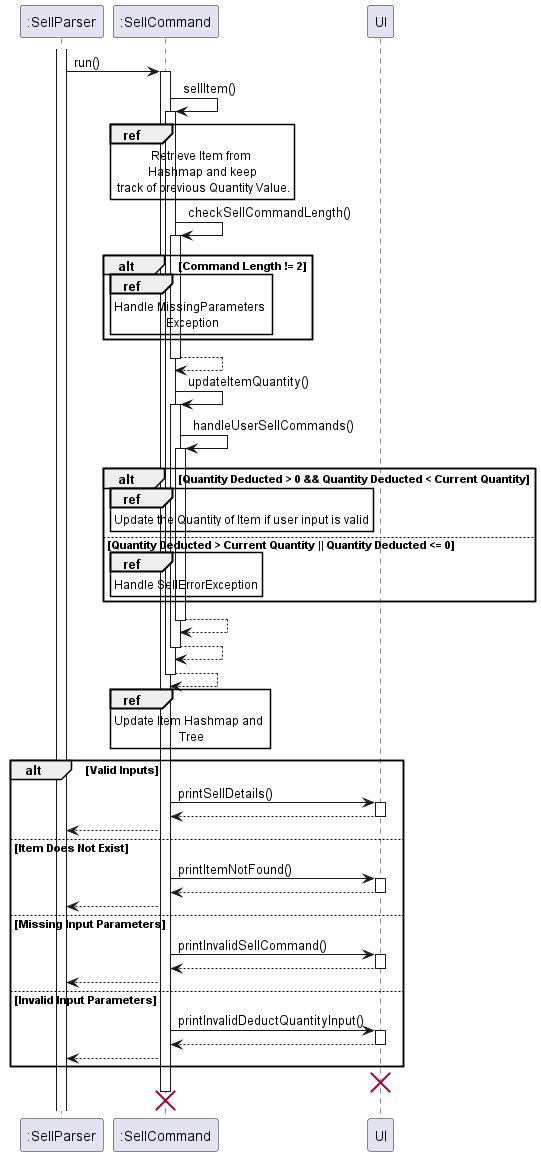
This is docs/UML/Sell/SellCommand.png from nus-cs2113-AY2223S2/tp, a PlantUML export, as it was before one commit.
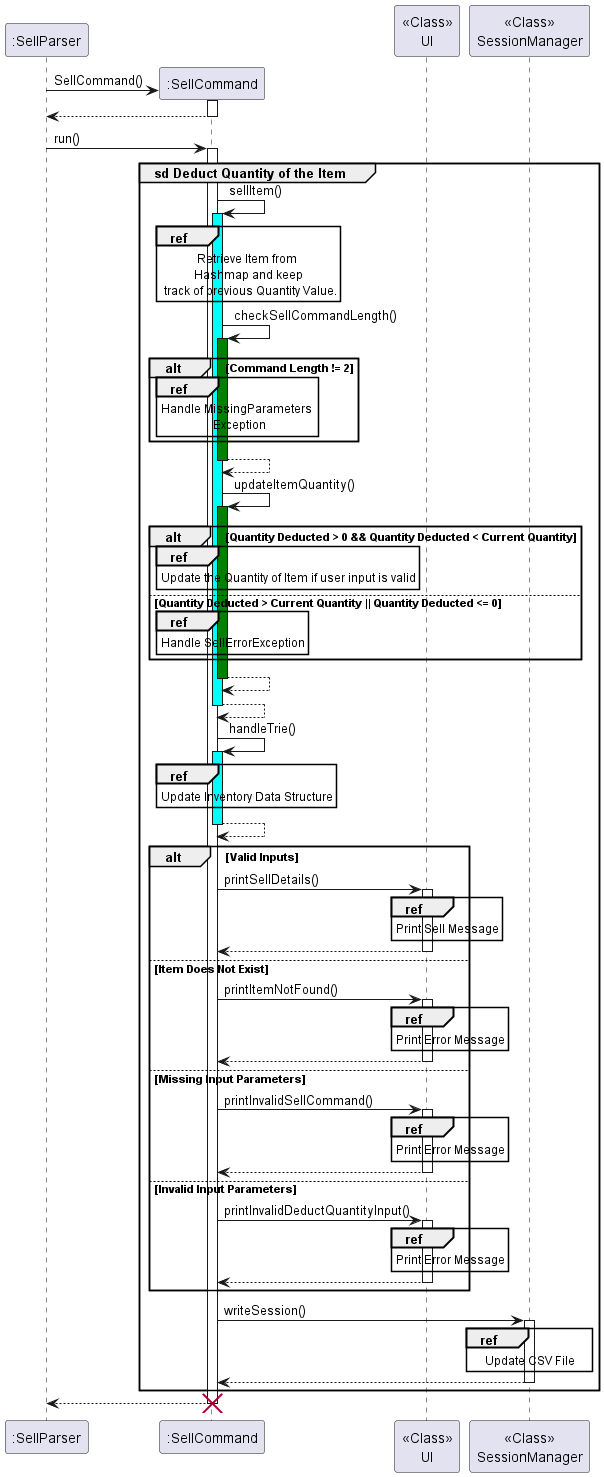
The same diagram one commit later.

The edit, as a diff of the source:
```diff
@@ -1,67 +1,80 @@
 @startuml
 
 participant ":SellParser"
-activate ":SellParser"
+":SellParser" -> ":SellCommand"**:SellCommand()
+activate ":SellCommand"
+":SellCommand" --> ":SellParser"
+deactivate ":SellCommand"
 ":SellParser" -> ":SellCommand": run()
-activate ":SellCommand"
-":SellCommand"->":SellCommand": sellItem()
-activate ":SellCommand"
-ref over ":SellCommand": Retrieve Item from \n Hashmap and keep \n track of previous Quantity Value.
-":SellCommand" -> ":SellCommand": checkSellCommandLength()
-activate ":SellCommand"
 
-alt Command Length != 2
-ref over ":SellCommand": Handle MissingParameters \n Exception
-end
+group sd Deduct Quantity of the Item
+    activate ":SellCommand"
+    ":SellCommand"->":SellCommand": sellItem()
+    activate ":SellCommand" #Cyan
+    ref over ":SellCommand": Retrieve Item from \n Hashmap and keep \n track of previous Quantity Value.
+    ":SellCommand" -> ":SellCommand": checkSellCommandLength()
+    activate ":SellCommand" #Green
+
+    alt Command Length != 2
+    ref over ":SellCommand": Handle MissingParameters \n Exception
+    end
 
 
-activate ":SellCommand"
-":SellCommand" --> ":SellCommand"
-deactivate ":SellCommand"
-":SellCommand" -> ":SellCommand": updateItemQuantity()
-activate ":SellCommand"
-":SellCommand" -> ":SellCommand": handleUserSellCommands()
-activate ":SellCommand"
-alt Quantity Deducted > 0 && Quantity Deducted < Current Quantity
-ref over ":SellCommand"
-Update the Quantity of Item if user input is valid
+    activate ":SellCommand"
+    ":SellCommand" --> ":SellCommand"
+    deactivate ":SellCommand"
+    ":SellCommand" -> ":SellCommand": updateItemQuantity()
+    activate ":SellCommand" #Green
+
+    alt Quantity Deducted > 0 && Quantity Deducted < Current Quantity
+    ref over ":SellCommand"
+    Update the Quantity of Item if user input is valid
+    end
+    else Quantity Deducted > Current Quantity || Quantity Deducted <= 0
+    ref over ":SellCommand": Handle SellErrorException
+    end
+    ":SellCommand" --> ":SellCommand"
+    deactivate ":SellCommand"
+    ":SellCommand" --> ":SellCommand"
+    deactivate ":SellCommand"
+
+    ":SellCommand"->":SellCommand": handleTrie()
+    activate ":SellCommand" #Cyan
+    ref over ":SellCommand": Update Inventory Data Structure
+    ":SellCommand"-->":SellCommand"
+    deactivate ":SellCommand"
+
+    alt Valid Inputs
+        ":SellCommand" -> "<<Class>>\nUI": printSellDetails()
+        activate "<<Class>>\nUI"
+        ref over "<<Class>>\nUI": Print Sell Message
+        "<<Class>>\nUI"-->":SellCommand"
+        deactivate "<<Class>>\nUI"
+    else Item Does Not Exist
+        ":SellCommand" -> "<<Class>>\nUI": printItemNotFound()
+        activate "<<Class>>\nUI"
+        ref over "<<Class>>\nUI": Print Error Message
+        "<<Class>>\nUI"-->":SellCommand"
+        deactivate "<<Class>>\nUI"
+    else Missing Input Parameters
+        ":SellCommand" -> "<<Class>>\nUI": printInvalidSellCommand()
+        activate "<<Class>>\nUI"
+        ref over "<<Class>>\nUI": Print Error Message
+        "<<Class>>\nUI"-->":SellCommand"
+        deactivate "<<Class>>\nUI"
+    else Invalid Input Parameters
+        ":SellCommand" -> "<<Class>>\nUI": printInvalidDeductQuantityInput()
+        activate "<<Class>>\nUI"
+        ref over "<<Class>>\nUI": Print Error Message
+        "<<Class>>\nUI"-->":SellCommand"
+        deactivate "<<Class>>\nUI"
+    end
+    ":SellCommand" -> "<<Class>>\nSessionManager": writeSession()
+    activate "<<Class>>\nSessionManager"
+    ref over "<<Class>>\nSessionManager": Update CSV File
+    "<<Class>>\nSessionManager" --> ":SellCommand"
+    deactivate "<<Class>>\nSessionManager"
 end
-else Quantity Deducted > Current Quantity || Quantity Deducted <= 0
-ref over ":SellCommand": Handle SellErrorException
-end
-":SellCommand" --> ":SellCommand"
-deactivate ":SellCommand"
-":SellCommand" --> ":SellCommand"
-deactivate ":SellCommand"
-":SellCommand" --> ":SellCommand"
-deactivate ":SellCommand"
-
-ref over ":SellCommand": Update Item Hashmap and \n Tree
-alt Valid Inputs
-":SellCommand" -> UI: printSellDetails()
-activate UI
-UI-->":SellCommand"
-deactivate UI
 ":SellCommand" --> ":SellParser"
-else Item Does Not Exist
-":SellCommand" -> UI: printItemNotFound()
-activate UI
-UI-->":SellCommand"
-deactivate UI
-":SellCommand" --> ":SellParser"
-else Missing Input Parameters
-":SellCommand" -> UI: printInvalidSellCommand()
-activate UI
-UI-->":SellCommand"
-deactivate UI
-":SellCommand" --> ":SellParser"
-else Invalid Input Parameters
-":SellCommand" -> UI: printInvalidDeductQuantityInput()
-activate UI
-UI-->":SellCommand"
-deactivate UI
-":SellCommand" --> ":SellParser"
-end
-destroy UI
 destroy ":SellCommand"
 @enduml
```
